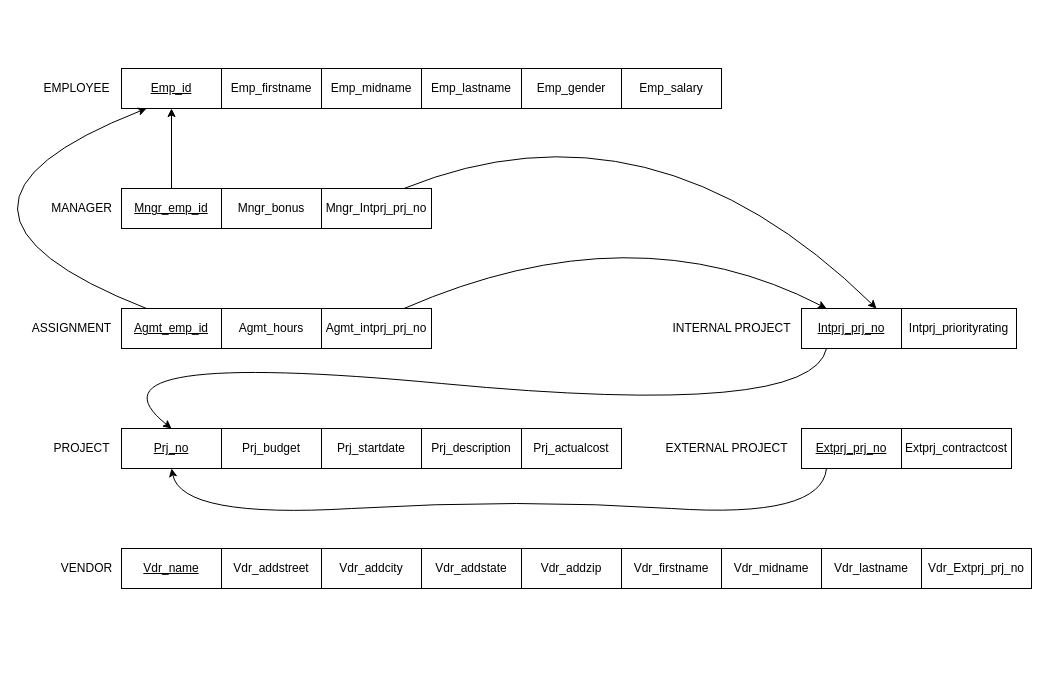
Above: dd_v1.drawio in LarryChenCode/IS7020_diagrams (draw.io), before the change. Source tidied: cells renumbered, new cells numbered last; positions are measured from the earlier drawing's top-left corner, leaving out a move shared by most shapes. Both pictures are drawn from the tidied source at 100%, with x=0, y=0 at pixel (-109, 68).
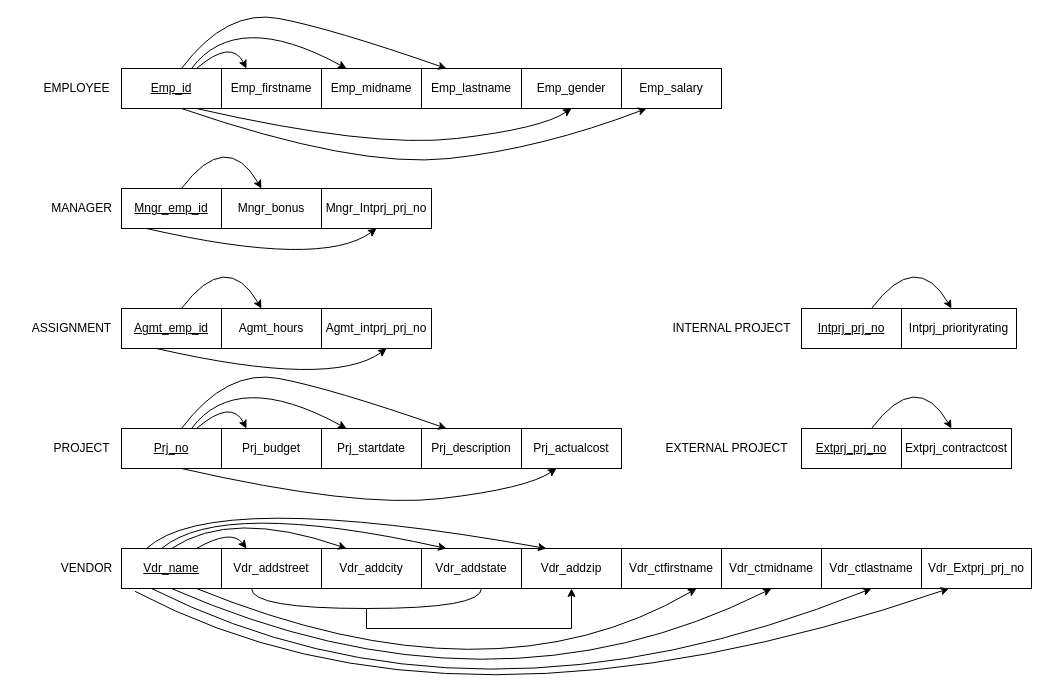
After the change.

Unchanged cells that the change refers to:
```xml
<mxCell id="3" value="&lt;u&gt;Emp_id&lt;/u&gt;" style="whiteSpace=wrap;html=1;align=center;" parent="1" vertex="1">
  <mxGeometry x="230" width="100" height="40" as="geometry" />
</mxCell>
<mxCell id="4" value="Emp_firstname" style="whiteSpace=wrap;html=1;align=center;" parent="1" vertex="1">
  <mxGeometry x="330" width="100" height="40" as="geometry" />
</mxCell>
<mxCell id="5" value="Emp_midname" style="whiteSpace=wrap;html=1;align=center;" parent="1" vertex="1">
  <mxGeometry x="430" width="100" height="40" as="geometry" />
</mxCell>
<mxCell id="6" value="Emp_lastname" style="whiteSpace=wrap;html=1;align=center;" parent="1" vertex="1">
  <mxGeometry x="530" width="100" height="40" as="geometry" />
</mxCell>
<mxCell id="8" value="&lt;u&gt;Mngr_emp_id&lt;/u&gt;" style="whiteSpace=wrap;html=1;align=center;" parent="1" vertex="1">
  <mxGeometry x="230" y="120" width="100" height="40" as="geometry" />
</mxCell>
<mxCell id="12" value="Emp_gender" style="whiteSpace=wrap;html=1;align=center;" parent="1" vertex="1">
  <mxGeometry x="630" width="100" height="40" as="geometry" />
</mxCell>
<mxCell id="13" value="Emp_salary" style="whiteSpace=wrap;html=1;align=center;" parent="1" vertex="1">
  <mxGeometry x="730" width="100" height="40" as="geometry" />
</mxCell>
<mxCell id="19" value="&lt;u&gt;Prj_no&lt;/u&gt;" style="whiteSpace=wrap;html=1;align=center;" parent="1" vertex="1">
  <mxGeometry x="230" y="360" width="100" height="40" as="geometry" />
</mxCell>
<mxCell id="24" value="&lt;u&gt;Intprj_prj_no&lt;/u&gt;" style="whiteSpace=wrap;html=1;align=center;" parent="1" vertex="1">
  <mxGeometry x="910" y="240" width="100" height="40" as="geometry" />
</mxCell>
<mxCell id="25" value="&lt;u&gt;Extprj_prj_no&lt;/u&gt;" style="whiteSpace=wrap;html=1;align=center;" parent="1" vertex="1">
  <mxGeometry x="910" y="360" width="100" height="40" as="geometry" />
</mxCell>
<mxCell id="26" value="Agmt_intprj_prj_no" style="whiteSpace=wrap;html=1;align=center;" parent="1" vertex="1">
  <mxGeometry x="430" y="240" width="110" height="40" as="geometry" />
</mxCell>
<mxCell id="27" value="&lt;u&gt;Agmt_emp_id&lt;/u&gt;" style="whiteSpace=wrap;html=1;align=center;" parent="1" vertex="1">
  <mxGeometry x="230" y="240" width="100" height="40" as="geometry" />
</mxCell>
<mxCell id="28" value="Mngr_Intprj_prj_no" style="whiteSpace=wrap;html=1;align=center;" parent="1" vertex="1">
  <mxGeometry x="430" y="120" width="110" height="40" as="geometry" />
</mxCell>
<mxCell id="31" value="&lt;u&gt;Vdr_name&lt;/u&gt;" style="whiteSpace=wrap;html=1;align=center;" parent="1" vertex="1">
  <mxGeometry x="230" y="480" width="100" height="40" as="geometry" />
</mxCell>
<mxCell id="33" value="Vdr_addcity" style="whiteSpace=wrap;html=1;align=center;" parent="1" vertex="1">
  <mxGeometry x="430" y="480" width="100" height="40" as="geometry" />
</mxCell>
<mxCell id="34" value="Vdr_addstate" style="whiteSpace=wrap;html=1;align=center;" parent="1" vertex="1">
  <mxGeometry x="530" y="480" width="100" height="40" as="geometry" />
</mxCell>
<mxCell id="35" value="Vdr_addzip" style="whiteSpace=wrap;html=1;align=center;" parent="1" vertex="1">
  <mxGeometry x="630" y="480" width="100" height="40" as="geometry" />
</mxCell>
<mxCell id="39" value="Vdr_Extprj_prj_no" style="whiteSpace=wrap;html=1;align=center;" parent="1" vertex="1">
  <mxGeometry x="1030" y="480" width="110" height="40" as="geometry" />
</mxCell>
```

Diff of the diagram source:
```diff
@@
-    <mxCell id="29" style="endArrow=classic;html=1;rounded=0;entryX=0.5;entryY=1;entryDx=0;entryDy=0;exitX=0.5;exitY=0;exitDx=0;exitDy=0;" parent="1" edge="1" source="8" target="3">
-      <mxGeometry relative="1" as="geometry" />
-    </mxCell>
@@
-    <mxCell id="36" value="Vdr_firstname" style="whiteSpace=wrap;html=1;align=center;" parent="1" vertex="1">
+    <mxCell id="36" value="Vdr_ctfirstname" style="whiteSpace=wrap;html=1;align=center;" parent="1" vertex="1">
       <mxGeometry x="730" y="480" width="100" height="40" as="geometry" />
     </mxCell>
-    <mxCell id="37" value="Vdr_midname" style="whiteSpace=wrap;html=1;align=center;" parent="1" vertex="1">
+    <mxCell id="37" value="Vdr_ctmidname" style="whiteSpace=wrap;html=1;align=center;" parent="1" vertex="1">
       <mxGeometry x="830" y="480" width="100" height="40" as="geometry" />
     </mxCell>
-    <mxCell id="38" value="Vdr_lastname" style="whiteSpace=wrap;html=1;align=center;" parent="1" vertex="1">
+    <mxCell id="38" value="Vdr_ctlastname" style="whiteSpace=wrap;html=1;align=center;" parent="1" vertex="1">
       <mxGeometry x="930" y="480" width="100" height="40" as="geometry" />
     </mxCell>
@@
-    <mxCell id="40" style="curved=1;endArrow=classic;html=1;rounded=0;entryX=0.25;entryY=1;entryDx=0;entryDy=0;exitX=0.25;exitY=0;exitDx=0;exitDy=0;" parent="1" edge="1" source="27" target="3">
-      <mxGeometry relative="1" as="geometry">
-        <Array as="points">
-          <mxPoint y="140" />
-        </Array>
-      </mxGeometry>
-    </mxCell>
-    <mxCell id="41" style="curved=1;endArrow=classic;html=1;rounded=0;exitX=0.75;exitY=0;exitDx=0;exitDy=0;entryX=0.75;entryY=0;entryDx=0;entryDy=0;" parent="1" edge="1" source="28" target="24">
-      <mxGeometry relative="1" as="geometry">
-        <Array as="points">
-          <mxPoint x="760" y="20" />
-        </Array>
-      </mxGeometry>
-    </mxCell>
-    <mxCell id="42" style="curved=1;endArrow=classic;html=1;rounded=0;exitX=0.75;exitY=0;exitDx=0;exitDy=0;entryX=0.25;entryY=0;entryDx=0;entryDy=0;" parent="1" edge="1" source="26" target="24">
-      <mxGeometry relative="1" as="geometry">
-        <Array as="points">
-          <mxPoint x="742" y="140" />
-        </Array>
-      </mxGeometry>
-    </mxCell>
-    <mxCell id="43" style="curved=1;endArrow=classic;html=1;rounded=0;entryX=0.5;entryY=0;entryDx=0;entryDy=0;exitX=0.25;exitY=1;exitDx=0;exitDy=0;" parent="1" edge="1" source="24" target="19">
-      <mxGeometry relative="1" as="geometry">
-        <Array as="points">
-          <mxPoint x="920" y="350" />
-          <mxPoint x="180" y="280" />
-        </Array>
-      </mxGeometry>
-    </mxCell>
-    <mxCell id="44" style="curved=1;endArrow=classic;html=1;rounded=0;entryX=0.5;entryY=1;entryDx=0;entryDy=0;exitX=0.25;exitY=1;exitDx=0;exitDy=0;" parent="1" edge="1" source="25" target="19">
-      <mxGeometry relative="1" as="geometry">
-        <Array as="points">
-          <mxPoint x="930" y="450" />
-          <mxPoint x="630" y="430" />
-          <mxPoint x="290" y="450" />
-        </Array>
-      </mxGeometry>
-    </mxCell>
+    <mxCell id="45" style="curved=1;endArrow=classic;html=1;rounded=0;exitX=0.75;exitY=0;exitDx=0;exitDy=0;entryX=0.25;entryY=0;entryDx=0;entryDy=0;" parent="1" edge="1" source="3" target="4">
+      <mxGeometry relative="1" as="geometry">
+        <Array as="points">
+          <mxPoint x="340" y="-30" />
+        </Array>
+      </mxGeometry>
+    </mxCell>
+    <mxCell id="46" style="curved=1;endArrow=classic;html=1;rounded=0;exitX=0.25;exitY=0;exitDx=0;exitDy=0;entryX=0.25;entryY=0;entryDx=0;entryDy=0;" parent="1" edge="1" target="5">
+      <mxGeometry relative="1" as="geometry">
+        <mxPoint x="300" as="sourcePoint" />
+        <Array as="points">
+          <mxPoint x="345" y="-60" />
+        </Array>
+      </mxGeometry>
+    </mxCell>
+    <mxCell id="47" style="curved=1;endArrow=classic;html=1;rounded=0;entryX=0.25;entryY=0;entryDx=0;entryDy=0;" parent="1" edge="1" target="6">
+      <mxGeometry relative="1" as="geometry">
+        <mxPoint x="290" as="sourcePoint" />
+        <Array as="points">
+          <mxPoint x="335" y="-60" />
+          <mxPoint x="440" y="-40" />
+        </Array>
+      </mxGeometry>
+    </mxCell>
+    <mxCell id="48" style="curved=1;endArrow=classic;html=1;rounded=0;exitX=0.75;exitY=1;exitDx=0;exitDy=0;entryX=0.5;entryY=1;entryDx=0;entryDy=0;" parent="1" edge="1" source="3" target="12">
+      <mxGeometry relative="1" as="geometry">
+        <Array as="points">
+          <mxPoint x="480" y="80" />
+          <mxPoint x="650" y="60" />
+        </Array>
+      </mxGeometry>
+    </mxCell>
+    <mxCell id="49" style="curved=1;endArrow=classic;html=1;rounded=0;exitX=0.75;exitY=1;exitDx=0;exitDy=0;entryX=0.25;entryY=1;entryDx=0;entryDy=0;" parent="1" edge="1" target="13">
+      <mxGeometry relative="1" as="geometry">
+        <mxPoint x="290" y="40" as="sourcePoint" />
+        <Array as="points">
+          <mxPoint x="465" y="100" />
+          <mxPoint x="650" y="80" />
+        </Array>
+      </mxGeometry>
+    </mxCell>
+    <mxCell id="50" style="curved=1;endArrow=classic;html=1;rounded=0;exitX=0.25;exitY=0;exitDx=0;exitDy=0;entryX=0.25;entryY=0;entryDx=0;entryDy=0;" parent="1" edge="1">
+      <mxGeometry relative="1" as="geometry">
+        <mxPoint x="290" y="120" as="sourcePoint" />
+        <mxPoint x="370" y="120" as="targetPoint" />
+        <Array as="points">
+          <mxPoint x="335" y="60" />
+        </Array>
+      </mxGeometry>
+    </mxCell>
+    <mxCell id="51" style="curved=1;endArrow=classic;html=1;rounded=0;exitX=0.75;exitY=1;exitDx=0;exitDy=0;entryX=0.5;entryY=1;entryDx=0;entryDy=0;" parent="1" edge="1" target="28">
+      <mxGeometry relative="1" as="geometry">
+        <mxPoint x="255" y="160" as="sourcePoint" />
+        <Array as="points">
+          <mxPoint x="430" y="200" />
+        </Array>
+      </mxGeometry>
+    </mxCell>
+    <mxCell id="52" style="curved=1;endArrow=classic;html=1;rounded=0;exitX=0.25;exitY=0;exitDx=0;exitDy=0;entryX=0.25;entryY=0;entryDx=0;entryDy=0;" parent="1" edge="1">
+      <mxGeometry relative="1" as="geometry">
+        <mxPoint x="290" y="240" as="sourcePoint" />
+        <mxPoint x="370" y="240" as="targetPoint" />
+        <Array as="points">
+          <mxPoint x="335" y="180" />
+        </Array>
+      </mxGeometry>
+    </mxCell>
+    <mxCell id="53" style="curved=1;endArrow=classic;html=1;rounded=0;exitX=0.75;exitY=1;exitDx=0;exitDy=0;entryX=0.5;entryY=1;entryDx=0;entryDy=0;" parent="1" edge="1">
+      <mxGeometry relative="1" as="geometry">
+        <mxPoint x="265" y="280" as="sourcePoint" />
+        <mxPoint x="495" y="280" as="targetPoint" />
+        <Array as="points">
+          <mxPoint x="440" y="320" />
+        </Array>
+      </mxGeometry>
+    </mxCell>
+    <mxCell id="54" style="curved=1;endArrow=classic;html=1;rounded=0;exitX=0.25;exitY=0;exitDx=0;exitDy=0;entryX=0.25;entryY=0;entryDx=0;entryDy=0;" parent="1" edge="1">
+      <mxGeometry relative="1" as="geometry">
+        <mxPoint x="980" y="240" as="sourcePoint" />
+        <mxPoint x="1060" y="240" as="targetPoint" />
+        <Array as="points">
+          <mxPoint x="1025" y="180" />
+        </Array>
+      </mxGeometry>
+    </mxCell>
+    <mxCell id="55" style="curved=1;endArrow=classic;html=1;rounded=0;exitX=0.25;exitY=0;exitDx=0;exitDy=0;entryX=0.25;entryY=0;entryDx=0;entryDy=0;" parent="1" edge="1">
+      <mxGeometry relative="1" as="geometry">
+        <mxPoint x="980" y="360" as="sourcePoint" />
+        <mxPoint x="1060" y="360" as="targetPoint" />
+        <Array as="points">
+          <mxPoint x="1025" y="300" />
+        </Array>
+      </mxGeometry>
+    </mxCell>
+    <mxCell id="56" style="curved=1;endArrow=classic;html=1;rounded=0;exitX=0.75;exitY=0;exitDx=0;exitDy=0;entryX=0.25;entryY=0;entryDx=0;entryDy=0;" parent="1" edge="1">
+      <mxGeometry relative="1" as="geometry">
+        <mxPoint x="305" y="360" as="sourcePoint" />
+        <mxPoint x="355" y="360" as="targetPoint" />
+        <Array as="points">
+          <mxPoint x="340" y="330" />
+        </Array>
+      </mxGeometry>
+    </mxCell>
+    <mxCell id="57" style="curved=1;endArrow=classic;html=1;rounded=0;exitX=0.25;exitY=0;exitDx=0;exitDy=0;entryX=0.25;entryY=0;entryDx=0;entryDy=0;" parent="1" edge="1">
+      <mxGeometry relative="1" as="geometry">
+        <mxPoint x="300" y="360" as="sourcePoint" />
+        <mxPoint x="455" y="360" as="targetPoint" />
+        <Array as="points">
+          <mxPoint x="345" y="300" />
+        </Array>
+      </mxGeometry>
+    </mxCell>
+    <mxCell id="58" style="curved=1;endArrow=classic;html=1;rounded=0;entryX=0.25;entryY=0;entryDx=0;entryDy=0;" parent="1" edge="1">
+      <mxGeometry relative="1" as="geometry">
+        <mxPoint x="290" y="360" as="sourcePoint" />
+        <mxPoint x="555" y="360" as="targetPoint" />
+        <Array as="points">
+          <mxPoint x="335" y="300" />
+          <mxPoint x="440" y="320" />
+        </Array>
+      </mxGeometry>
+    </mxCell>
+    <mxCell id="59" style="curved=1;endArrow=classic;html=1;rounded=0;exitX=0.75;exitY=1;exitDx=0;exitDy=0;entryX=0.5;entryY=1;entryDx=0;entryDy=0;" parent="1" edge="1">
+      <mxGeometry relative="1" as="geometry">
+        <mxPoint x="290" y="400" as="sourcePoint" />
+        <mxPoint x="665" y="400" as="targetPoint" />
+        <Array as="points">
+          <mxPoint x="465" y="440" />
+          <mxPoint x="635" y="420" />
+        </Array>
+      </mxGeometry>
+    </mxCell>
+    <mxCell id="60" style="curved=1;endArrow=classic;html=1;rounded=0;exitX=0.75;exitY=0;exitDx=0;exitDy=0;" parent="1" edge="1" source="31">
+      <mxGeometry relative="1" as="geometry">
+        <mxPoint x="355" y="480" as="targetPoint" />
+        <Array as="points">
+          <mxPoint x="340" y="460" />
+        </Array>
+      </mxGeometry>
+    </mxCell>
+    <mxCell id="61" style="curved=1;endArrow=classic;html=1;rounded=0;entryX=0.25;entryY=0;entryDx=0;entryDy=0;exitX=0.5;exitY=0;exitDx=0;exitDy=0;" parent="1" edge="1" source="31" target="33">
+      <mxGeometry relative="1" as="geometry">
+        <Array as="points">
+          <mxPoint x="340" y="440" />
+        </Array>
+      </mxGeometry>
+    </mxCell>
+    <mxCell id="62" style="curved=1;endArrow=classic;html=1;rounded=0;entryX=0.25;entryY=0;entryDx=0;entryDy=0;exitX=0.5;exitY=0;exitDx=0;exitDy=0;" parent="1" edge="1" target="34">
+      <mxGeometry relative="1" as="geometry">
+        <mxPoint x="270" y="480" as="sourcePoint" />
+        <Array as="points">
+          <mxPoint x="330" y="430" />
+        </Array>
+      </mxGeometry>
+    </mxCell>
+    <mxCell id="63" style="curved=1;endArrow=classic;html=1;rounded=0;entryX=0.25;entryY=0;entryDx=0;entryDy=0;exitX=0.25;exitY=0;exitDx=0;exitDy=0;" parent="1" edge="1" source="31" target="35">
+      <mxGeometry relative="1" as="geometry">
+        <Array as="points">
+          <mxPoint x="320" y="420" />
+        </Array>
+      </mxGeometry>
+    </mxCell>
+    <mxCell id="64" style="edgeStyle=orthogonalEdgeStyle;rounded=0;jettySize=auto;html=1;exitX=1;exitY=0.5;exitDx=0;exitDy=0;exitPerimeter=0;entryX=0.5;entryY=1;entryDx=0;entryDy=0;" parent="1" edge="1" source="65" target="35">
+      <mxGeometry relative="1" as="geometry" />
+    </mxCell>
+    <mxCell id="65" style="shape=requiredInterface;html=1;verticalLabelPosition=bottom;sketch=0;rotation=90;" parent="1" vertex="1">
+      <mxGeometry x="465" y="415" width="20" height="230" as="geometry" />
+    </mxCell>
+    <mxCell id="66" style="curved=1;endArrow=classic;html=1;rounded=0;entryX=0.75;entryY=1;entryDx=0;entryDy=0;exitX=0.75;exitY=1;exitDx=0;exitDy=0;" parent="1" edge="1" source="31" target="36">
+      <mxGeometry relative="1" as="geometry">
+        <Array as="points">
+          <mxPoint x="600" y="640" />
+        </Array>
+      </mxGeometry>
+    </mxCell>
+    <mxCell id="67" style="curved=1;endArrow=classic;html=1;rounded=0;entryX=0.5;entryY=1;entryDx=0;entryDy=0;exitX=0.5;exitY=1;exitDx=0;exitDy=0;" parent="1" edge="1" source="31" target="37">
+      <mxGeometry relative="1" as="geometry">
+        <Array as="points">
+          <mxPoint x="600" y="660" />
+        </Array>
+      </mxGeometry>
+    </mxCell>
+    <mxCell id="68" style="curved=1;endArrow=classic;html=1;rounded=0;entryX=0.5;entryY=1;entryDx=0;entryDy=0;exitX=0.5;exitY=1;exitDx=0;exitDy=0;" parent="1" edge="1" target="38">
+      <mxGeometry relative="1" as="geometry">
+        <mxPoint x="260" y="520" as="sourcePoint" />
+        <Array as="points">
+          <mxPoint x="580" y="680" />
+        </Array>
+      </mxGeometry>
+    </mxCell>
+    <mxCell id="69" style="curved=1;endArrow=classic;html=1;rounded=0;entryX=0.25;entryY=1;entryDx=0;entryDy=0;exitX=0.135;exitY=1.071;exitDx=0;exitDy=0;exitPerimeter=0;" parent="1" edge="1" source="31" target="39">
+      <mxGeometry relative="1" as="geometry">
+        <Array as="points">
+          <mxPoint x="560" y="690" />
+        </Array>
+      </mxGeometry>
+    </mxCell>
```
